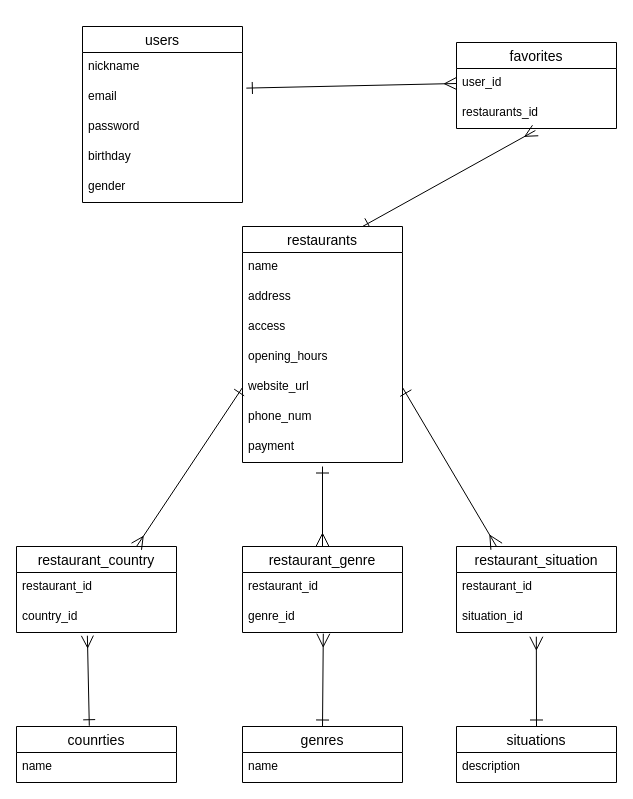
Before: ER .dio in rikookazaki/taste-trip, a draw.io diagram. Source tidied: cells renumbered, new cells numbered last; positions are measured from the earlier drawing's top-left corner, leaving out a move shared by most shapes. Both pictures are drawn from the tidied source at 100%, with x=0, y=0 at pixel (16, 26).
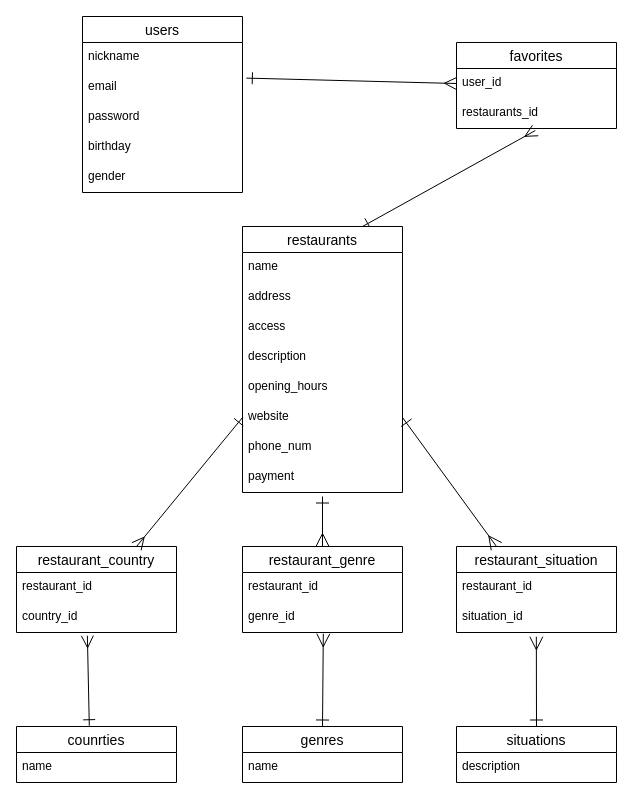
The same diagram, later.

The change refers to these unchanged cells:
```xml
<mxCell id="25" value="restaurant_genre" style="swimlane;fontStyle=0;horizontal=1;startSize=26;align=center;fontSize=14;" parent="1" vertex="1">
  <mxGeometry x="226" y="520" width="160" height="86" as="geometry" />
</mxCell>
```

The edit, as a diff of the source:
```diff
@@
     <mxCell id="3" value="restaurants" style="swimlane;fontStyle=0;horizontal=1;startSize=26;align=center;fontSize=14;" parent="1" vertex="1">
-      <mxGeometry x="226" y="200" width="160" height="236" as="geometry" />
+      <mxGeometry x="226" y="200" width="160" height="266" as="geometry" />
     </mxCell>
@@
+    <mxCell id="42" value="description" style="text;strokeColor=none;fillColor=none;spacingLeft=4;spacingRight=4;overflow=hidden;fontSize=12;" parent="3" vertex="1">
+      <mxGeometry y="116" width="160" height="30" as="geometry" />
+    </mxCell>
     <mxCell id="7" value="opening_hours" style="text;strokeColor=none;fillColor=none;spacingLeft=4;spacingRight=4;overflow=hidden;fontSize=12;" parent="3" vertex="1">
-      <mxGeometry y="116" width="160" height="30" as="geometry" />
+      <mxGeometry y="146" width="160" height="30" as="geometry" />
     </mxCell>
-    <mxCell id="8" value="website_url" style="text;strokeColor=none;fillColor=none;spacingLeft=4;spacingRight=4;overflow=hidden;points=[[0,0.5],[1,0.5]];portConstraint=eastwest;fontSize=12;" parent="3" vertex="1">
-      <mxGeometry y="146" width="160" height="30" as="geometry" />
+    <mxCell id="8" value="website" style="text;strokeColor=none;fillColor=none;spacingLeft=4;spacingRight=4;overflow=hidden;points=[[0,0.5],[1,0.5]];portConstraint=eastwest;fontSize=12;" parent="3" vertex="1">
+      <mxGeometry y="176" width="160" height="30" as="geometry" />
     </mxCell>
     <mxCell id="9" value="phone_num" style="text;strokeColor=none;fillColor=none;spacingLeft=4;spacingRight=4;overflow=hidden;fontSize=12;" parent="3" vertex="1">
-      <mxGeometry y="176" width="160" height="30" as="geometry" />
+      <mxGeometry y="206" width="160" height="30" as="geometry" />
     </mxCell>
     <mxCell id="10" value="payment" style="text;strokeColor=none;fillColor=none;spacingLeft=4;spacingRight=4;overflow=hidden;fontSize=12;" parent="3" vertex="1">
-      <mxGeometry y="206" width="160" height="30" as="geometry" />
+      <mxGeometry y="236" width="160" height="30" as="geometry" />
     </mxCell>
@@
     <mxCell id="30" style="edgeStyle=none;html=1;startArrow=ERone;startFill=0;endArrow=ERmany;endFill=0;startSize=11;endSize=11;entryX=0.5;entryY=0;entryDx=0;entryDy=0;" parent="1" edge="1" target="25">
       <mxGeometry relative="1" as="geometry">
-        <mxPoint x="306" y="440" as="sourcePoint" />
+        <mxPoint x="306" y="470" as="sourcePoint" />
       </mxGeometry>
     </mxCell>
@@
     <mxCell id="32" value="users" style="swimlane;fontStyle=0;horizontal=1;startSize=26;align=center;fontSize=14;" parent="1" vertex="1">
-      <mxGeometry x="66" width="160" height="176" as="geometry" />
+      <mxGeometry x="66" y="-10" width="160" height="176" as="geometry" />
     </mxCell>
```
